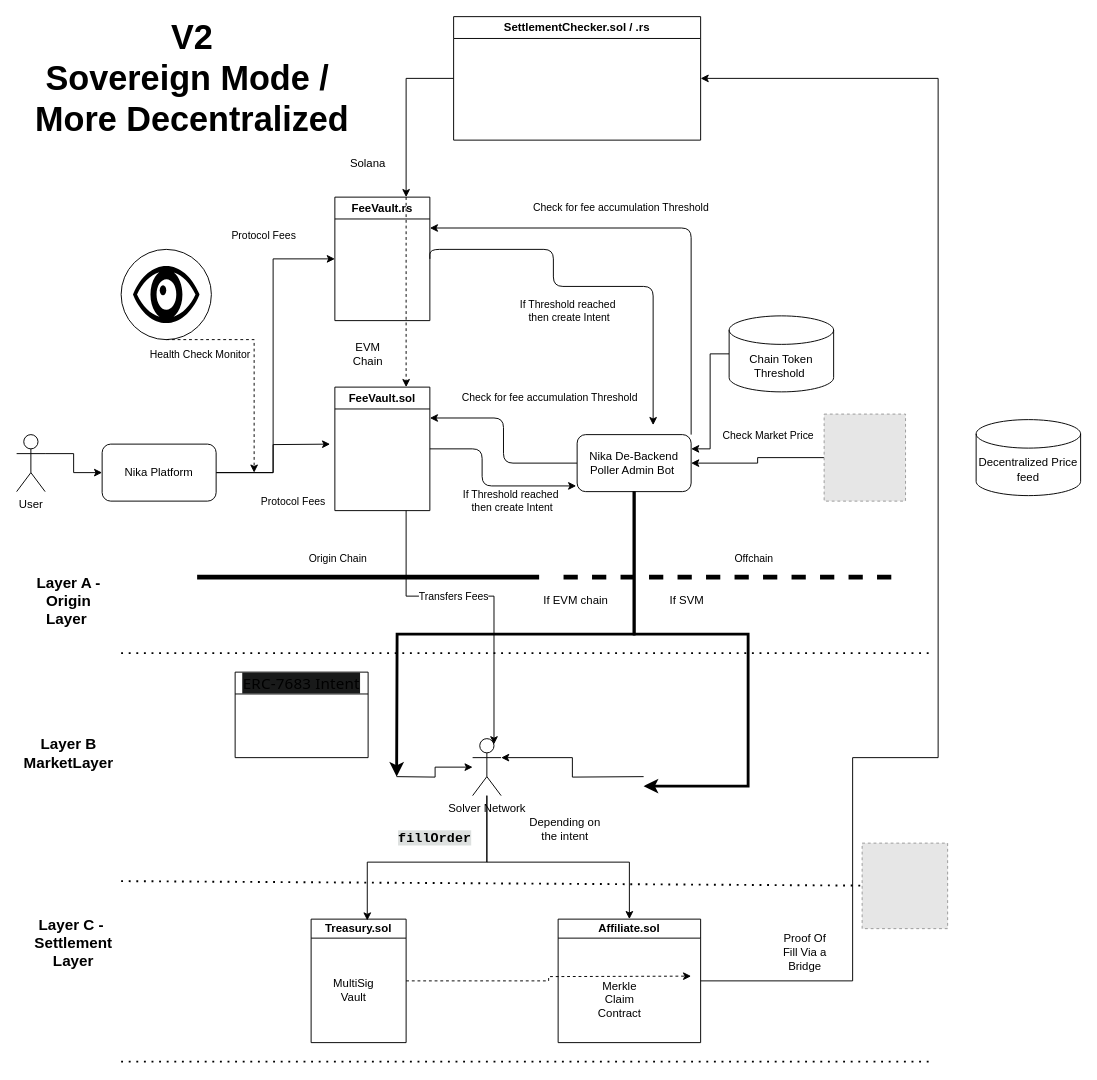
The draw.io diagram page "v2" (3 of 3) of Nika Finance SD.drawio in ChanX21/Diagrams, before the edit. Source tidied: cells renumbered, new cells numbered last; positions are measured from the earlier drawing's top-left corner, leaving out a move shared by most shapes. Both pictures are drawn from the tidied source at 95%, with x=0, y=0 at pixel (16, 16). Pictures stored in the file or linked from it are replaced by grey dashed boxes.
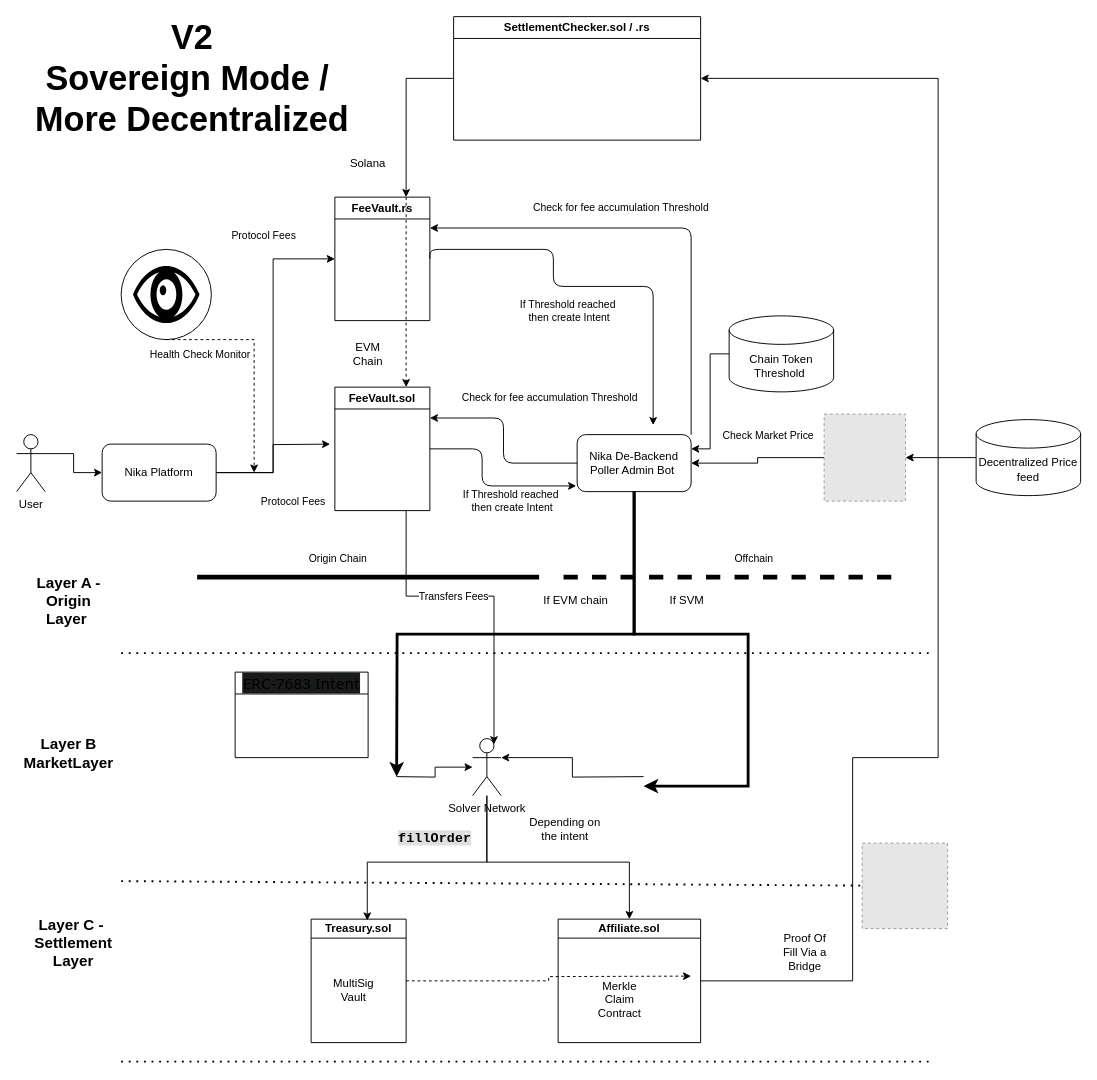
The same diagram, later.

Unchanged cells that the change refers to:
```xml
<mxCell id="22" value="&#10;" style="fillColor=#E6E6E6;strokeColor=#999999;dashed=1;verticalLabelPosition=bottom;labelBackgroundColor=default;verticalAlign=top;" parent="1" vertex="1">
  <mxGeometry x="850" y="418.4" width="85.7" height="91.6" as="geometry" />
</mxCell>
<mxCell id="65" value="Decentralized Price feed" style="shape=cylinder3;whiteSpace=wrap;html=1;boundedLbl=1;backgroundOutline=1;size=15;" parent="1" vertex="1">
  <mxGeometry x="1010" y="424.2" width="110" height="80" as="geometry" />
</mxCell>
```

The edit, as a diff of the source:
```diff
@@
+    <mxCell id="67" style="edgeStyle=orthogonalEdgeStyle;rounded=0;jettySize=auto;html=1;entryX=1;entryY=0.5;entryDx=0;entryDy=0;" parent="1" edge="1" source="65" target="22">
+      <mxGeometry relative="1" as="geometry" />
+    </mxCell>
```
